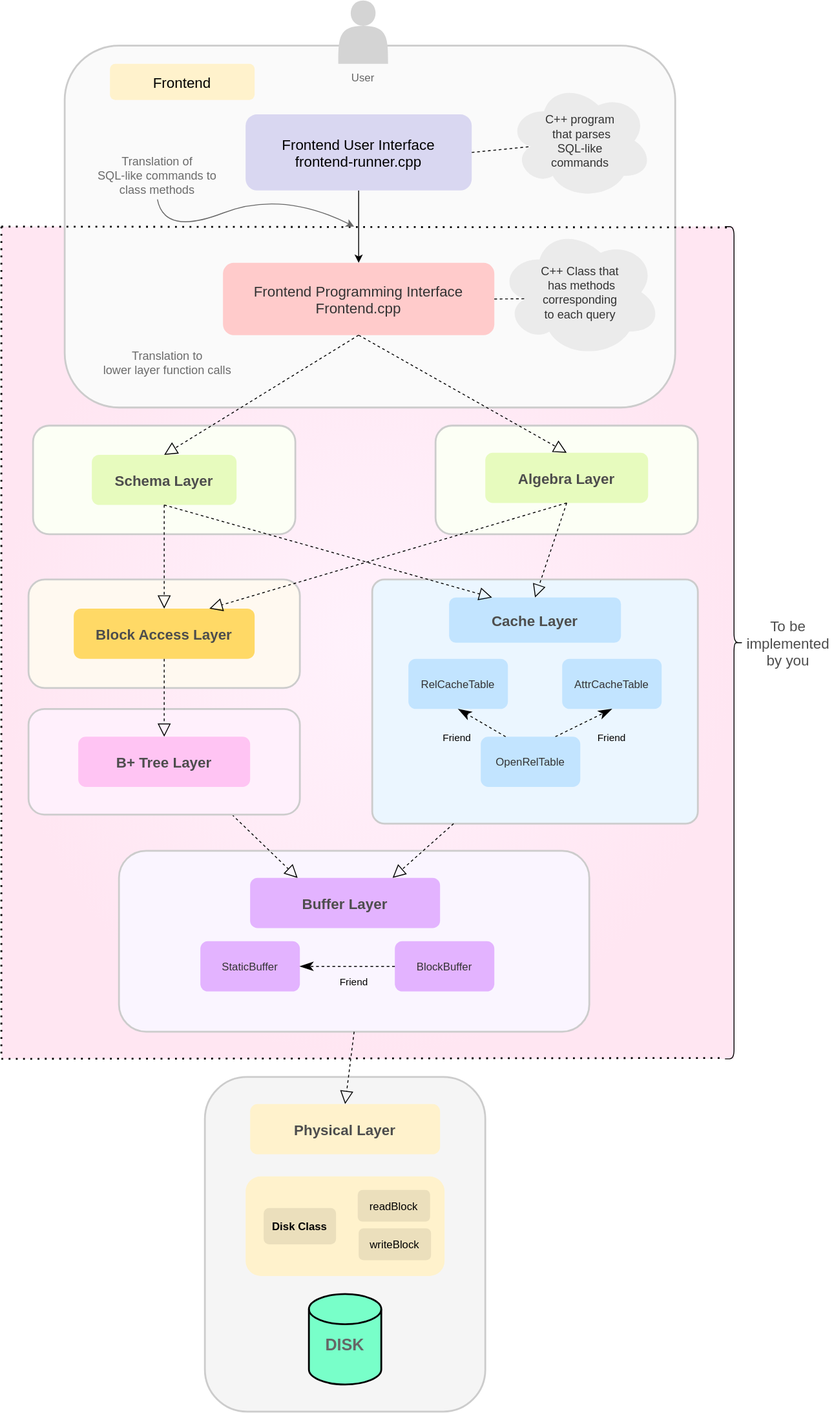
The draw.io diagram static/img/Architecture.svg in NITCbase/nitcbase.github.io, before a commit. Source tidied: cells renumbered, new cells last; positions are measured from the earlier drawing's top-left corner, leaving out a move shared by most shapes.
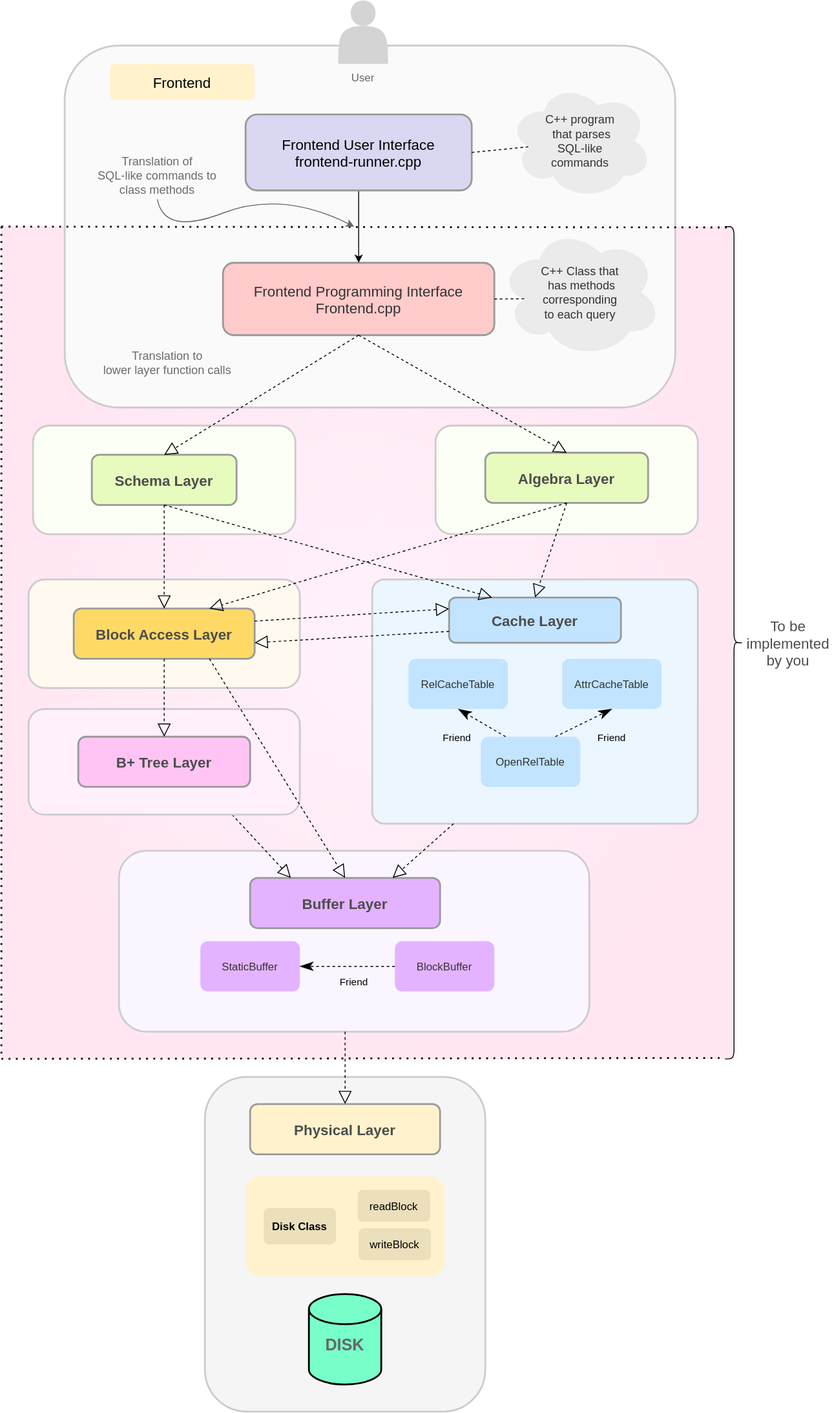
After the commit.

Commit message:
Updated the Architecture figure with more arrows

What changed in the source:
```diff
@@ -8,13 +8,13 @@
     <mxCell id="3" style="rounded=1;fillColor=#FAFAFA;strokeColor=#CCCCCC;glass=0;fontColor=#333333;strokeWidth=2;" parent="1" vertex="1">
       <mxGeometry x="70" y="50" width="675" height="400" as="geometry" />
     </mxCell>
-    <mxCell id="4" value="Frontend Programming Interface&#10;Frontend.cpp" style="rounded=1;fillColor=#FFCBCB;fontColor=#333333;strokeColor=none;fontSize=16;" parent="1" vertex="1">
+    <mxCell id="4" value="Frontend Programming Interface&#10;Frontend.cpp" style="rounded=1;fillColor=#FFCBCB;fontColor=#333333;strokeColor=#999999;fontSize=16;strokeWidth=2;" parent="1" vertex="1">
       <mxGeometry x="245" y="290" width="300" height="80" as="geometry" />
     </mxCell>
     <mxCell id="5" style="edgeStyle=orthogonalEdgeStyle;rounded=0;jettySize=auto;exitX=0.5;exitY=1;exitDx=0;exitDy=0;" parent="1" edge="1" source="6" target="4">
       <mxGeometry relative="1" as="geometry" />
     </mxCell>
-    <mxCell id="6" value="Frontend User Interface&#10;frontend-runner.cpp" style="rounded=1;fillColor=#D9D7F1;strokeColor=none;gradientColor=none;gradientDirection=radial;fontSize=16;" parent="1" vertex="1">
+    <mxCell id="6" value="Frontend User Interface&#10;frontend-runner.cpp" style="rounded=1;fillColor=#D9D7F1;strokeColor=#999999;gradientColor=none;gradientDirection=radial;fontSize=16;strokeWidth=2;" parent="1" vertex="1">
       <mxGeometry x="270" y="126" width="250" height="84" as="geometry" />
     </mxCell>
     <mxCell id="7" value="C++ program&#10; that parses &#10;SQL-like &#10;commands" style="ellipse;shape=cloud;fontSize=13;fontColor=#333333;fillColor=#EBEBEB;strokeColor=none;" parent="1" vertex="1">
@@ -41,7 +41,7 @@
     <mxCell id="14" style="rounded=1;fillColor=#EBF6FF;strokeColor=#CCCCCC;glass=0;arcSize=5;strokeWidth=2;" parent="1" vertex="1">
       <mxGeometry x="410" y="640" width="360" height="270" as="geometry" />
     </mxCell>
-    <mxCell id="15" value="Cache Layer" style="rounded=1;fillColor=#C2E4FF;fontColor=#4D4D4D;strokeColor=none;fontStyle=1;fontSize=16;" parent="1" vertex="1">
+    <mxCell id="15" value="Cache Layer" style="rounded=1;fillColor=#C2E4FF;fontColor=#4D4D4D;strokeColor=#999999;fontStyle=1;fontSize=16;strokeWidth=2;" parent="1" vertex="1">
       <mxGeometry x="495" y="660" width="190" height="50" as="geometry" />
     </mxCell>
     <mxCell id="16" value="OpenRelTable" style="rounded=1;fillColor=#C2E4FF;fontColor=#333333;strokeColor=none;" parent="1" vertex="1">
@@ -56,7 +56,7 @@
     <mxCell id="19" style="rounded=1;fillColor=#FAF5FF;strokeColor=#CCCCCC;glass=0;strokeWidth=2;" parent="1" vertex="1">
       <mxGeometry x="130" y="940" width="520" height="200" as="geometry" />
     </mxCell>
-    <mxCell id="20" value="Buffer Layer" style="rounded=1;fillColor=#E3B3FF;fontColor=#4D4D4D;strokeColor=none;fontStyle=1;fontSize=16;" parent="1" vertex="1">
+    <mxCell id="20" value="Buffer Layer" style="rounded=1;fillColor=#E3B3FF;fontColor=#4D4D4D;strokeColor=#999999;fontStyle=1;fontSize=16;strokeWidth=2;" parent="1" vertex="1">
       <mxGeometry x="275" y="970" width="210" height="55.5" as="geometry" />
     </mxCell>
     <mxCell id="21" value="StaticBuffer" style="rounded=1;fillColor=#E3B3FF;fontColor=#333333;strokeColor=none;" parent="1" vertex="1">
@@ -65,20 +65,24 @@
     <mxCell id="22" style="rounded=1;fillColor=#f5f5f5;strokeColor=#CCCCCC;glass=0;fontColor=#333333;strokeWidth=2;" parent="1" vertex="1">
       <mxGeometry x="225" y="1190" width="310" height="370" as="geometry" />
     </mxCell>
-    <mxCell id="23" value="Physical Layer" style="rounded=1;fillColor=#fff2cc;strokeColor=none;fontColor=#4D4D4D;fontStyle=1;fontSize=16;" parent="1" vertex="1">
+    <mxCell id="23" value="Physical Layer" style="rounded=1;fillColor=#fff2cc;strokeColor=#999999;fontColor=#4D4D4D;fontStyle=1;fontSize=16;strokeWidth=2;" parent="1" vertex="1">
       <mxGeometry x="275" y="1220" width="210" height="55.5" as="geometry" />
     </mxCell>
     <mxCell id="24" style="rounded=1;fillColor=#fff2cc;strokeColor=none;" parent="1" vertex="1">
       <mxGeometry x="270" y="1300" width="220" height="110" as="geometry" />
     </mxCell>
-    <mxCell id="25" style="endArrow=block;dashed=1;endFill=0;endSize=12;rounded=0;fontSize=13;fontColor=#6B6B6B;exitX=0.75;exitY=1;exitDx=0;exitDy=0;entryX=0.25;entryY=0;entryDx=0;entryDy=0;" parent="1" edge="1" source="52" target="20">
-      <mxGeometry relative="1" as="geometry" />
+    <mxCell id="25" style="endArrow=block;dashed=1;endFill=0;endSize=12;rounded=0;fontSize=13;fontColor=#6B6B6B;exitX=0.75;exitY=1;exitDx=0;exitDy=0;" parent="1" edge="1" source="52">
+      <mxGeometry relative="1" as="geometry">
+        <mxPoint x="320" y="970" as="targetPoint" />
+      </mxGeometry>
     </mxCell>
     <mxCell id="26" style="endArrow=block;dashed=1;endFill=0;endSize=12;rounded=0;fontSize=13;fontColor=#6B6B6B;exitX=0.25;exitY=1;exitDx=0;exitDy=0;entryX=0.75;entryY=0;entryDx=0;entryDy=0;" parent="1" edge="1" source="14" target="20">
       <mxGeometry relative="1" as="geometry" />
     </mxCell>
-    <mxCell id="27" style="endArrow=block;dashed=1;endFill=0;endSize=12;rounded=0;fontSize=13;fontColor=#6B6B6B;entryX=0.5;entryY=0;entryDx=0;entryDy=0;exitX=0.5;exitY=1;exitDx=0;exitDy=0;" parent="1" edge="1" source="19" target="23">
-      <mxGeometry relative="1" as="geometry" />
+    <mxCell id="27" style="endArrow=block;dashed=1;endFill=0;endSize=12;rounded=0;fontSize=13;fontColor=#6B6B6B;entryX=0.5;entryY=0;entryDx=0;entryDy=0;" parent="1" edge="1" target="23">
+      <mxGeometry relative="1" as="geometry">
+        <mxPoint x="380" y="1140" as="sourcePoint" />
+      </mxGeometry>
     </mxCell>
     <mxCell id="28" style="shape=curlyBracket;rounded=1;flipH=1;fontSize=15;fontColor=#666666;" parent="1" vertex="1">
       <mxGeometry x="800" y="250" width="20" height="920" as="geometry" />
@@ -133,10 +137,10 @@
     <mxCell id="42" style="rounded=1;fillColor=#FCFFF5;strokeColor=#CCCCCC;glass=0;strokeWidth=2;" parent="41" vertex="1">
       <mxGeometry width="290" height="120" as="geometry" />
     </mxCell>
-    <mxCell id="43" style="group;" parent="41" vertex="1">
+    <mxCell id="43" style="group;strokeColor=none;strokeWidth=2;" parent="41" vertex="1">
       <mxGeometry x="65" y="32.2" width="160" height="55.5" as="geometry" />
     </mxCell>
-    <mxCell id="44" value="Schema Layer" style="rounded=1;fillColor=#E7FBBE;fontColor=#4D4D4D;strokeColor=none;fontStyle=1;fontSize=16;" parent="43" vertex="1">
+    <mxCell id="44" value="Schema Layer" style="rounded=1;fillColor=#E7FBBE;fontColor=#4D4D4D;strokeColor=#999999;fontStyle=1;fontSize=16;strokeWidth=2;" parent="43" vertex="1">
       <mxGeometry width="160" height="55.5" as="geometry" />
     </mxCell>
     <mxCell id="45" style="group;" parent="1" vertex="1">
@@ -145,16 +149,16 @@
     <mxCell id="46" style="rounded=1;fillColor=#FCFFF5;strokeColor=#CCCCCC;glass=0;strokeWidth=2;" parent="45" vertex="1">
       <mxGeometry width="290" height="120" as="geometry" />
     </mxCell>
-    <mxCell id="47" style="group;" parent="45" vertex="1">
+    <mxCell id="47" style="group;strokeColor=none;strokeWidth=2;" parent="45" vertex="1">
       <mxGeometry x="55" y="30" width="180" height="55.5" as="geometry" />
     </mxCell>
-    <mxCell id="48" value="Algebra Layer" style="rounded=1;fillColor=#E7FBBE;fontColor=#4D4D4D;strokeColor=none;fontStyle=1;fontSize=16;" parent="47" vertex="1">
+    <mxCell id="48" value="Algebra Layer" style="rounded=1;fillColor=#E7FBBE;fontColor=#4D4D4D;strokeColor=#999999;fontStyle=1;fontSize=16;strokeWidth=2;" parent="47" vertex="1">
       <mxGeometry width="180" height="55.5" as="geometry" />
     </mxCell>
     <mxCell id="49" style="group;" parent="1" vertex="1">
       <mxGeometry x="80" y="672.2" width="200" height="55.5" as="geometry" />
     </mxCell>
-    <mxCell id="50" value="Block Access Layer" style="rounded=1;fillColor=#FFD966;fontColor=#4D4D4D;strokeColor=none;fontStyle=1;fontSize=16;" parent="49" vertex="1">
+    <mxCell id="50" value="Block Access Layer" style="rounded=1;fillColor=#FFD966;fontColor=#4D4D4D;strokeColor=#999999;fontStyle=1;fontSize=16;strokeWidth=2;" parent="49" vertex="1">
       <mxGeometry width="200" height="55.5" as="geometry" />
     </mxCell>
     <mxCell id="51" style="group;" parent="1" vertex="1">
@@ -163,7 +167,7 @@
     <mxCell id="52" style="rounded=1;fillColor=#FFF0FC;strokeColor=#CCCCCC;glass=0;strokeWidth=2;" parent="51" vertex="1">
       <mxGeometry width="300" height="116.8" as="geometry" />
     </mxCell>
-    <mxCell id="53" value="B+ Tree Layer" style="rounded=1;fillColor=#FFC4F3;fontColor=#4D4D4D;strokeColor=none;fontStyle=1;fontSize=16;" parent="51" vertex="1">
+    <mxCell id="53" value="B+ Tree Layer" style="rounded=1;fillColor=#FFC4F3;fontColor=#4D4D4D;strokeColor=#999999;fontStyle=1;fontSize=16;strokeWidth=2;" parent="51" vertex="1">
       <mxGeometry x="55" y="30.6" width="190" height="55.5" as="geometry" />
     </mxCell>
     <mxCell id="54" style="endArrow=block;dashed=1;endFill=0;endSize=12;rounded=0;fontSize=13;fontColor=#6B6B6B;exitX=0.5;exitY=1;exitDx=0;exitDy=0;entryX=0.5;entryY=0;entryDx=0;entryDy=0;" parent="1" edge="1" source="4" target="44">
@@ -226,5 +230,16 @@
     <mxCell id="73" style="endArrow=block;dashed=1;endFill=0;endSize=12;rounded=0;fontSize=13;fontColor=#6B6B6B;exitX=0.5;exitY=1;exitDx=0;exitDy=0;entryX=0.75;entryY=0;entryDx=0;entryDy=0;" parent="1" edge="1" source="48" target="50">
       <mxGeometry relative="1" as="geometry" />
     </mxCell>
+    <mxCell id="74" style="endArrow=block;dashed=1;endFill=0;endSize=12;rounded=0;fontSize=13;fontColor=#6B6B6B;exitX=0;exitY=0.75;exitDx=0;exitDy=0;" parent="1" edge="1" source="15">
+      <mxGeometry relative="1" as="geometry">
+        <mxPoint x="280" y="710" as="targetPoint" />
+      </mxGeometry>
+    </mxCell>
+    <mxCell id="75" style="endArrow=block;dashed=1;endFill=0;endSize=12;rounded=0;fontSize=13;fontColor=#6B6B6B;exitX=1;exitY=0.25;exitDx=0;exitDy=0;entryX=0;entryY=0.25;entryDx=0;entryDy=0;" parent="1" edge="1" source="50" target="15">
+      <mxGeometry relative="1" as="geometry" />
+    </mxCell>
+    <mxCell id="76" style="endArrow=block;dashed=1;endFill=0;endSize=12;rounded=0;fontSize=13;fontColor=#6B6B6B;entryX=0.5;entryY=0;entryDx=0;entryDy=0;exitX=0.75;exitY=1;exitDx=0;exitDy=0;" parent="1" edge="1" source="50" target="20">
+      <mxGeometry relative="1" as="geometry" />
+    </mxCell>
   </root>
 </mxGraphModel>
```
